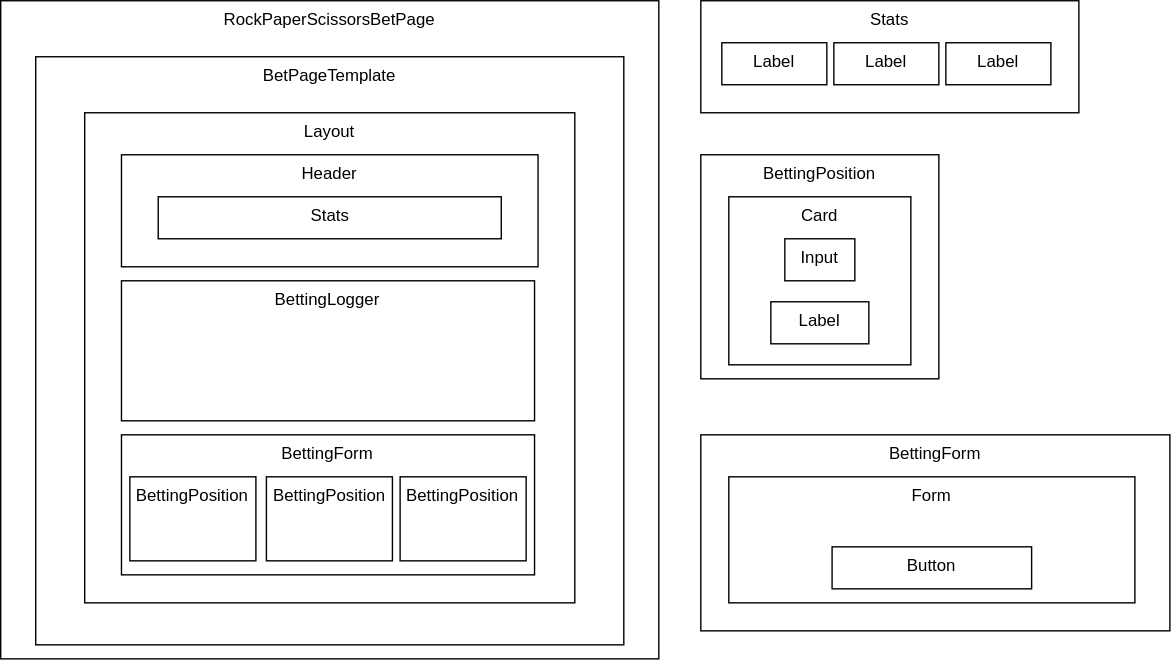
Above: docs/ui-components-composition.drawio.svg in jeanc18rlos/rock-paper-scissors (draw.io), before the change. Source tidied: cells renumbered, new cells last; positions are measured from the earlier drawing's top-left corner, leaving out a move shared by most shapes.
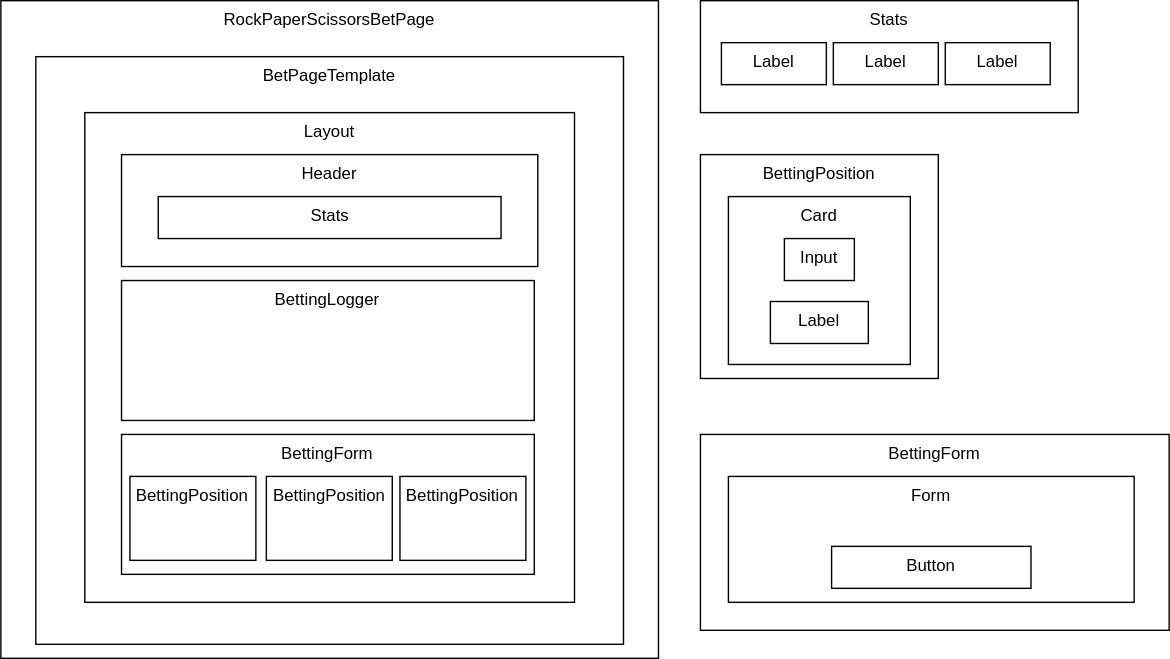
The same file after the commit.

Commit message:
📝 Adjust formatting and colors

Change to the diagram source:
```diff
@@ -2,10 +2,10 @@
   <root>
     <mxCell id="0" />
     <mxCell id="1" parent="0" />
-    <mxCell id="2" value="RockPaperScissorsBetPage" style="whiteSpace=wrap;html=1;verticalAlign=top;fillColor=none;" parent="1" vertex="1">
+    <mxCell id="2" value="RockPaperScissorsBetPage" style="whiteSpace=wrap;html=1;verticalAlign=top;fillColor=default;" parent="1" vertex="1">
       <mxGeometry width="470" height="470" as="geometry" />
     </mxCell>
-    <mxCell id="3" value="BetPageTemplate" style="whiteSpace=wrap;html=1;verticalAlign=top;fillColor=none;" parent="1" vertex="1">
+    <mxCell id="3" value="BetPageTemplate" style="whiteSpace=wrap;html=1;verticalAlign=top;fillColor=default;" parent="1" vertex="1">
       <mxGeometry x="25" y="40" width="420" height="420" as="geometry" />
     </mxCell>
     <mxCell id="4" value="Layout" style="rounded=0;whiteSpace=wrap;html=1;verticalAlign=top;" parent="1" vertex="1">
```
